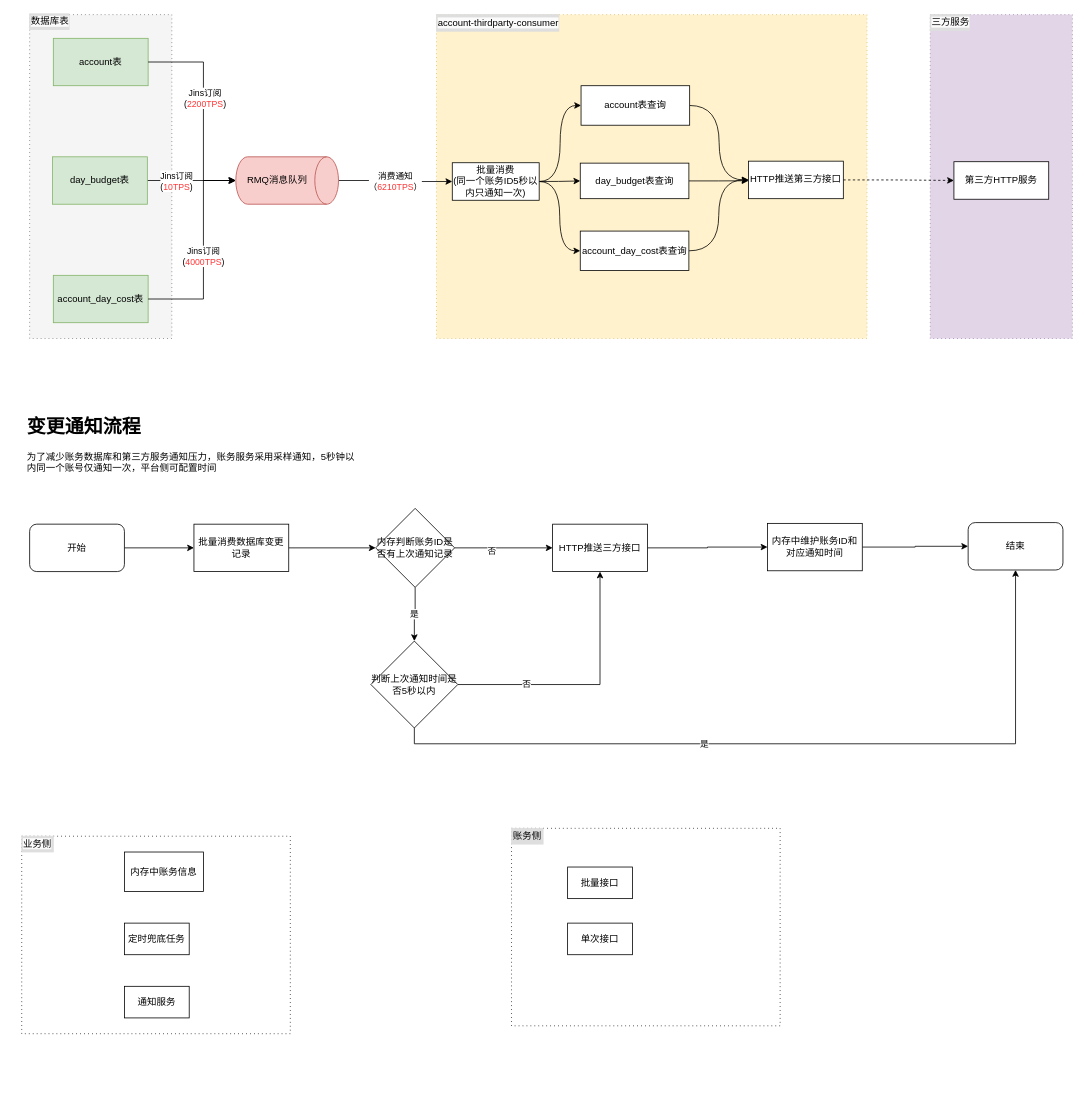
qiangyin/zipkin-server keeps this draw.io diagram as 账务变更通知架构图.drawio. Above is the earlier version. Source tidied: cells renumbered, new cells numbered last; positions are measured from the earlier drawing's top-left corner, leaving out a move shared by most shapes. Both pictures are drawn from the tidied source at 79%, with x=0, y=0 at pixel (21, 13).
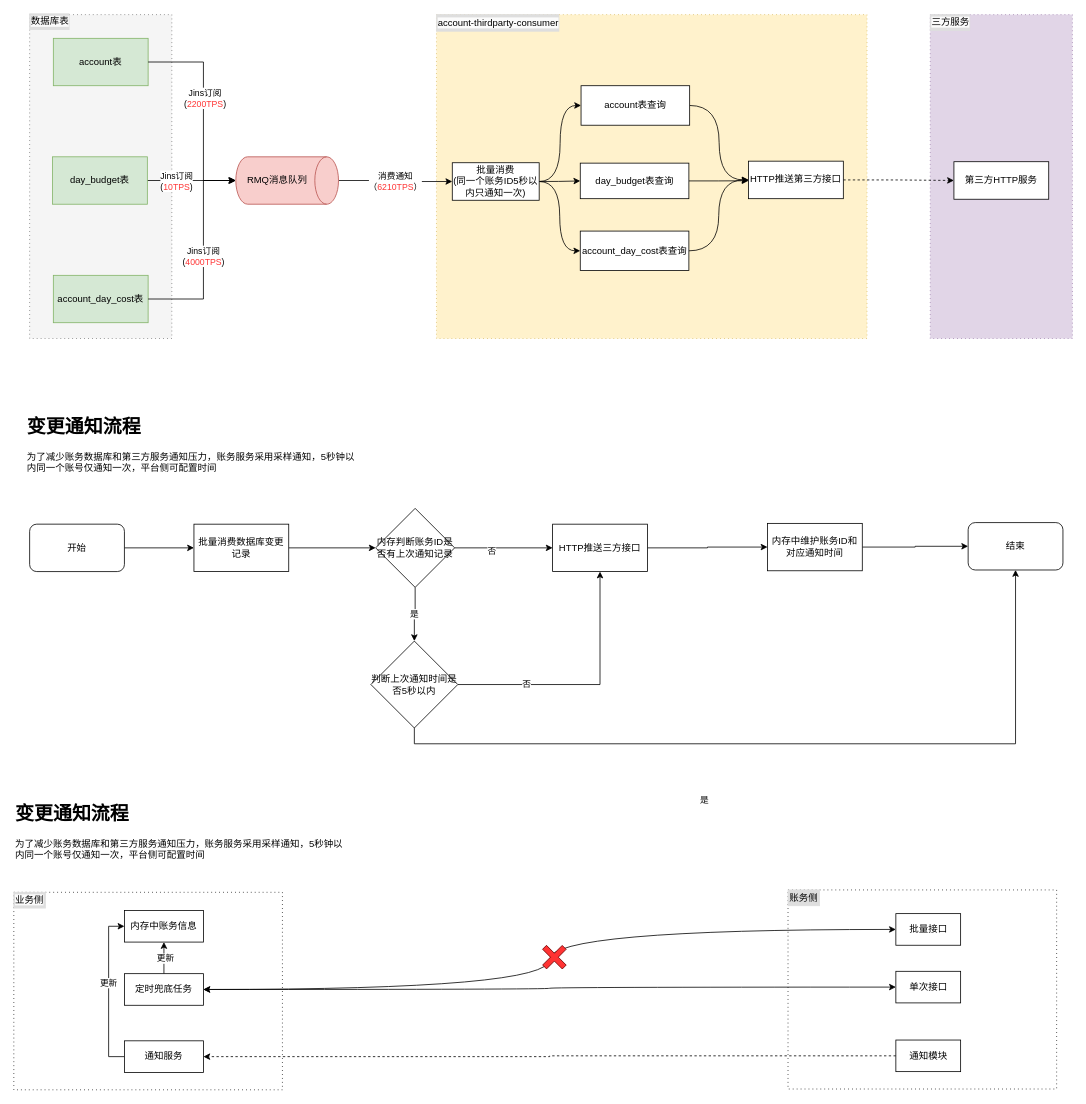
After the change.

Commit message:
更新账务变更通知架构图.drawio

Unchanged cells that the change refers to:
```xml
<mxCell id="43" style="edgeStyle=orthogonalEdgeStyle;rounded=0;jettySize=auto;html=1;exitX=0.5;exitY=1;exitDx=0;exitDy=0;entryX=0.5;entryY=1;entryDx=0;entryDy=0;" parent="1" edge="1" source="45" target="40">
  <mxGeometry relative="1" as="geometry" />
</mxCell>
```

The edit, as a diff of the source:
```diff
@@
     <mxCell id="44" value="是" style="edgeLabel;html=1;align=center;verticalAlign=middle;" parent="43" vertex="1">
       <mxGeometry x="-0.23" y="-5" relative="1" as="geometry">
-        <mxPoint x="1" y="-5" as="offset" />
+        <mxPoint x="1" y="66" as="offset" />
       </mxGeometry>
     </mxCell>
@@
     <mxCell id="51" style="rounded=0;whiteSpace=wrap;html=1;dashed=1;dashPattern=1 4;" parent="1" vertex="1">
-      <mxGeometry y="1041" width="340" height="250" as="geometry" />
+      <mxGeometry x="-10" y="1112" width="340" height="250" as="geometry" />
     </mxCell>
     <mxCell id="52" value="&lt;span style=&quot;color: rgb(0, 0, 0); font-family: Helvetica; font-size: 12px; font-style: normal; font-variant-ligatures: normal; font-variant-caps: normal; font-weight: 400; letter-spacing: normal; orphans: 2; text-indent: 0px; text-transform: none; widows: 2; word-spacing: 0px; -webkit-text-stroke-width: 0px; white-space: normal; background-color: rgb(251, 251, 251); text-decoration-thickness: initial; text-decoration-style: initial; text-decoration-color: initial; float: none; display: inline !important;&quot;&gt;业务侧&lt;/span&gt;" style="text;html=1;align=left;verticalAlign=middle;whiteSpace=wrap;rounded=0;fillColor=#DEDEDE;strokeColor=#DEDEDE;fontColor=#333333;" parent="1" vertex="1">
-      <mxGeometry y="1041" width="40" height="20" as="geometry" />
+      <mxGeometry x="-10" y="1112" width="40" height="20" as="geometry" />
     </mxCell>
     <mxCell id="53" style="rounded=0;whiteSpace=wrap;html=1;dashed=1;dashPattern=1 4;" parent="1" vertex="1">
-      <mxGeometry x="620" y="1031" width="340" height="250" as="geometry" />
+      <mxGeometry x="970" y="1109" width="340" height="252" as="geometry" />
     </mxCell>
     <mxCell id="54" value="&lt;font color=&quot;#000000&quot;&gt;账务侧&lt;/font&gt;" style="text;html=1;align=left;verticalAlign=middle;whiteSpace=wrap;rounded=0;fillColor=#DEDEDE;strokeColor=#DEDEDE;fontColor=#333333;" parent="1" vertex="1">
-      <mxGeometry x="620" y="1031" width="40" height="20" as="geometry" />
+      <mxGeometry x="970" y="1109" width="40" height="20" as="geometry" />
     </mxCell>
+    <mxCell id="60" style="edgeStyle=orthogonalEdgeStyle;rounded=0;jettySize=auto;html=1;exitX=1;exitY=0.5;exitDx=0;exitDy=0;curved=1;endArrow=classic;endFill=1;startArrow=classic;startFill=1;" parent="1" edge="1" source="55" target="59">
+      <mxGeometry relative="1" as="geometry" />
+    </mxCell>
+    <mxCell id="61" style="edgeStyle=orthogonalEdgeStyle;rounded=0;jettySize=auto;html=1;" parent="1" edge="1" source="55" target="56">
+      <mxGeometry relative="1" as="geometry" />
+    </mxCell>
+    <mxCell id="62" value="更新" style="edgeLabel;html=1;align=center;verticalAlign=middle;" parent="61" vertex="1">
+      <mxGeometry x="-0.01" y="-1" relative="1" as="geometry" />
+    </mxCell>
     <mxCell id="55" value="定时兜底任务" style="rounded=0;whiteSpace=wrap;html=1;" parent="1" vertex="1">
-      <mxGeometry x="130" y="1151" width="82" height="40" as="geometry" />
+      <mxGeometry x="130" y="1215" width="100" height="40" as="geometry" />
     </mxCell>
     <mxCell id="56" value="内存中账务信息" style="rounded=0;whiteSpace=wrap;html=1;" parent="1" vertex="1">
-      <mxGeometry x="130" y="1061" width="100" height="50" as="geometry" />
+      <mxGeometry x="130" y="1135" width="100" height="40" as="geometry" />
     </mxCell>
+    <mxCell id="63" style="edgeStyle=orthogonalEdgeStyle;rounded=0;jettySize=auto;html=1;exitX=0;exitY=0.5;exitDx=0;exitDy=0;entryX=0;entryY=0.5;entryDx=0;entryDy=0;" parent="1" edge="1" source="57" target="56">
+      <mxGeometry relative="1" as="geometry" />
+    </mxCell>
+    <mxCell id="64" value="更新" style="edgeLabel;html=1;align=center;verticalAlign=middle;" parent="63" vertex="1">
+      <mxGeometry x="0.11" y="1" relative="1" as="geometry" />
+    </mxCell>
     <mxCell id="57" value="通知服务" style="rounded=0;whiteSpace=wrap;html=1;" parent="1" vertex="1">
-      <mxGeometry x="130" y="1231" width="82" height="40" as="geometry" />
+      <mxGeometry x="130" y="1300" width="100" height="40" as="geometry" />
     </mxCell>
+    <mxCell id="65" style="edgeStyle=orthogonalEdgeStyle;rounded=0;jettySize=auto;html=1;exitX=0;exitY=0.5;exitDx=0;exitDy=0;entryX=1;entryY=0.5;entryDx=0;entryDy=0;curved=1;startArrow=classic;startFill=1;" parent="1" edge="1" source="58" target="55">
+      <mxGeometry relative="1" as="geometry" />
+    </mxCell>
     <mxCell id="58" value="批量接口" style="rounded=0;whiteSpace=wrap;html=1;" parent="1" vertex="1">
-      <mxGeometry x="691" y="1080" width="82" height="40" as="geometry" />
+      <mxGeometry x="1106.5" y="1139" width="82" height="40" as="geometry" />
     </mxCell>
     <mxCell id="59" value="单次接口" style="rounded=0;whiteSpace=wrap;html=1;" parent="1" vertex="1">
-      <mxGeometry x="691" y="1151" width="82" height="40" as="geometry" />
+      <mxGeometry x="1106.5" y="1212" width="82" height="40" as="geometry" />
     </mxCell>
+    <mxCell id="66" style="edgeStyle=orthogonalEdgeStyle;rounded=0;jettySize=auto;html=1;exitX=0;exitY=0.5;exitDx=0;exitDy=0;entryX=1;entryY=0.5;entryDx=0;entryDy=0;dashed=1;" parent="1" edge="1" source="67" target="57">
+      <mxGeometry relative="1" as="geometry" />
+    </mxCell>
+    <mxCell id="67" value="通知模块" style="rounded=0;whiteSpace=wrap;html=1;" parent="1" vertex="1">
+      <mxGeometry x="1106.5" y="1299" width="82" height="40" as="geometry" />
+    </mxCell>
+    <mxCell id="68" style="shape=cross;whiteSpace=wrap;html=1;rotation=45;fillColor=#FF3333;fontColor=#ffffff;strokeColor=#6F0000;" parent="1" vertex="1">
+      <mxGeometry x="656.6" y="1176.6" width="35.3" height="35" as="geometry" />
+    </mxCell>
+    <mxCell id="69" value="&lt;h1 style=&quot;margin-top: 0px;&quot;&gt;变更通知流程&lt;/h1&gt;&lt;p&gt;为了减少账务数据库和第三方服务通知压力，账务服务采用采样通知，5秒钟以内同一个账号仅通知一次，平台侧可配置时间&lt;/p&gt;" style="text;html=1;whiteSpace=wrap;overflow=hidden;rounded=0;" parent="1" vertex="1">
+      <mxGeometry x="-10" y="992" width="420" height="95" as="geometry" />
+    </mxCell>
```
